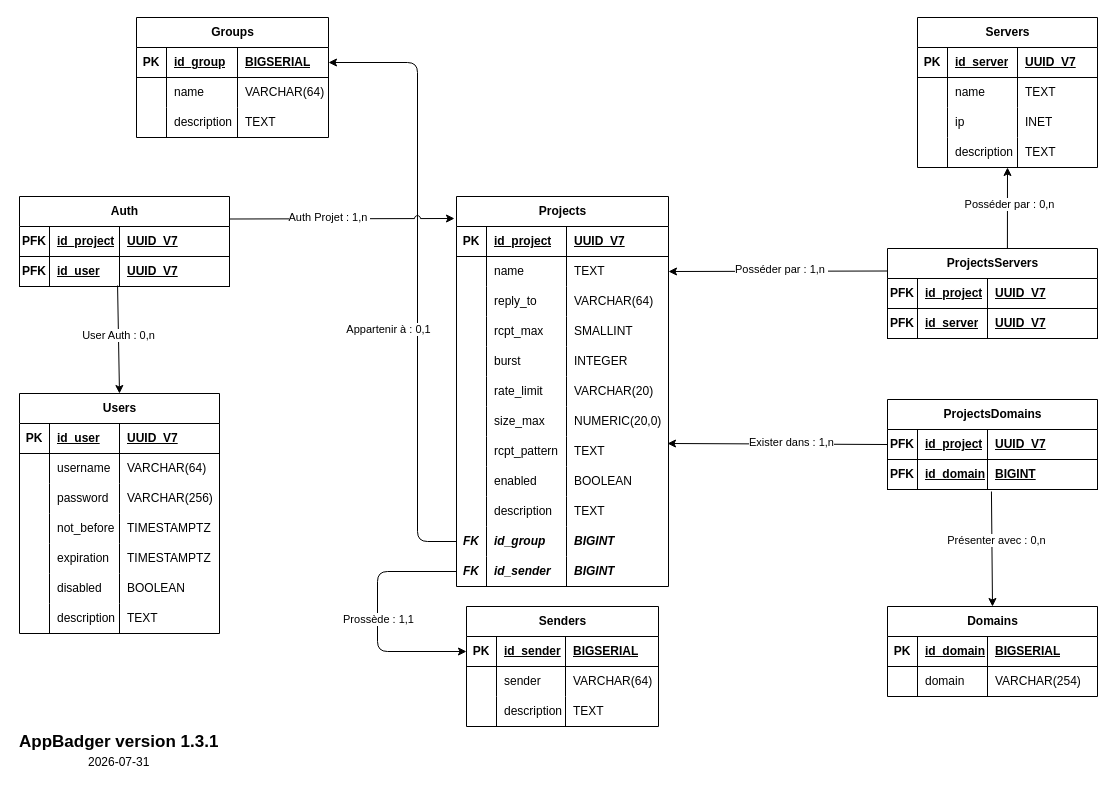
Earlier version of the draw.io diagram Doc/mpd.drawio (matyas-cyril/appmail-badger). Source tidied: cells renumbered, new cells numbered last; positions are measured from the earlier drawing's top-left corner, leaving out a move shared by most shapes. Both pictures are drawn from the tidied source at 100%, with x=0, y=0 at pixel (17, 17).
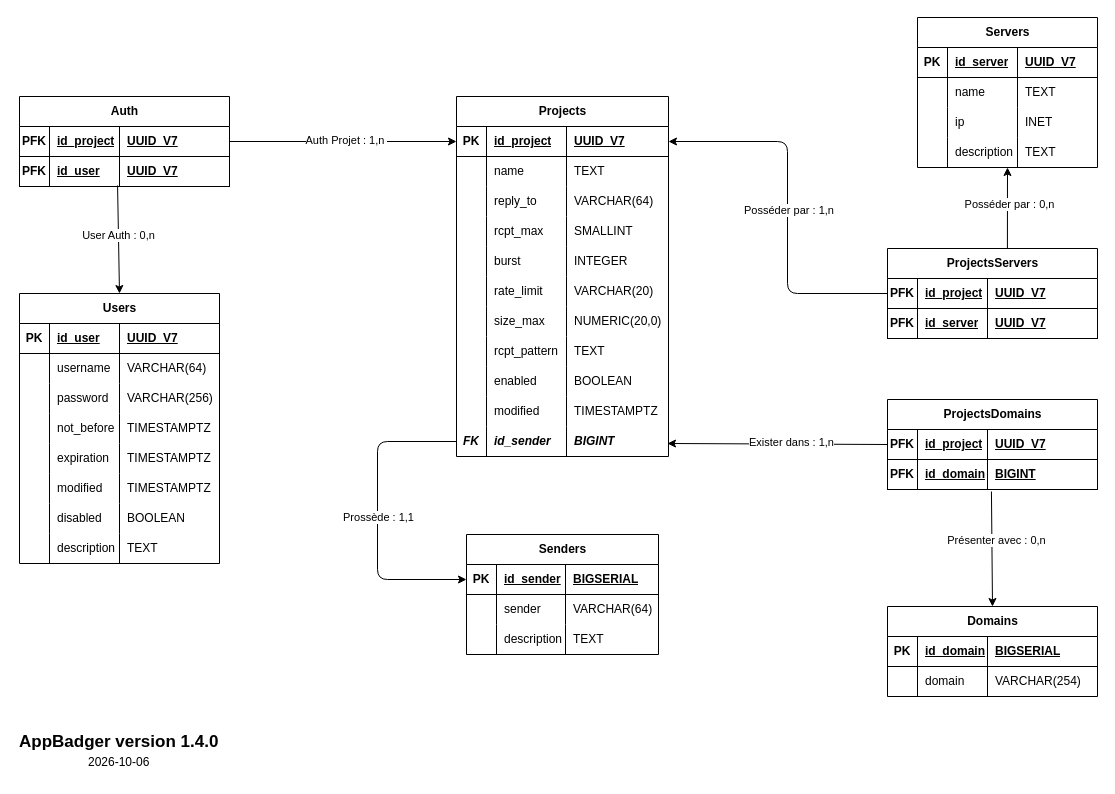
Above is the later version.

Commit message (it also covers changes not shown here):
Mise à jour du MCD et MPD

The change refers to these unchanged cells:
```xml
<mxCell id="23" style="shape=tableRow;horizontal=0;startSize=0;swimlaneHead=0;swimlaneBody=0;fillColor=none;top=0;left=0;right=0;bottom=0;" parent="2" vertex="1">
  <mxGeometry y="180" width="200" height="30" as="geometry" />
</mxCell>
<mxCell id="58" style="shape=tableRow;horizontal=0;startSize=0;swimlaneHead=0;swimlaneBody=0;fillColor=none;points=[[0,0.5],[1,0.5]];portConstraint=eastwest;top=0;left=0;right=0;bottom=1;" parent="57" vertex="1">
  <mxGeometry y="30" width="192" height="30" as="geometry" />
</mxCell>
<mxCell id="84" style="shape=tableRow;horizontal=0;startSize=0;swimlaneHead=0;swimlaneBody=0;fillColor=none;points=[[0,0.5],[1,0.5]];portConstraint=eastwest;top=0;left=0;right=0;bottom=1;" parent="83" vertex="1">
  <mxGeometry y="30" width="212" height="30" as="geometry" />
</mxCell>
<mxCell id="88" style="shape=tableRow;horizontal=0;startSize=0;swimlaneHead=0;swimlaneBody=0;fillColor=none;points=[[0,0.5],[1,0.5]];portConstraint=eastwest;top=0;left=0;right=0;bottom=0;" parent="83" vertex="1">
  <mxGeometry y="60" width="212" height="30" as="geometry" />
</mxCell>
<mxCell id="120" style="shape=tableRow;horizontal=0;startSize=0;swimlaneHead=0;swimlaneBody=0;fillColor=none;top=0;left=0;right=0;bottom=0;" parent="83" vertex="1">
  <mxGeometry y="300" width="212" height="30" as="geometry" />
</mxCell>
<mxCell id="147" value="ProjectsServers" style="shape=table;startSize=30;childLayout=tableLayout;rowLines=0;fontStyle=1;align=center;html=1;" parent="1" vertex="1">
  <mxGeometry x="870" y="231" width="210" height="90" as="geometry" />
</mxCell>
```

What changed in the source:
```diff
@@
     <mxCell id="2" value="Users" style="shape=table;startSize=30;childLayout=tableLayout;rowLines=0;fontStyle=1;align=center;html=1;" parent="1" vertex="1">
-      <mxGeometry x="2" y="376" width="200" height="240" as="geometry" />
+      <mxGeometry x="2" y="276" width="200" height="270" as="geometry" />
     </mxCell>
@@
-    <mxCell id="25" value="disabled" style="shape=partialRectangle;fillColor=none;top=0;left=0;bottom=0;right=0;align=left;spacingLeft=6;overflow=hidden;whiteSpace=wrap;html=1;" parent="23" vertex="1">
+    <mxCell id="25" value="modified" style="shape=partialRectangle;fillColor=none;top=0;left=0;bottom=0;right=0;align=left;spacingLeft=6;overflow=hidden;whiteSpace=wrap;html=1;" parent="23" vertex="1">
       <mxGeometry x="30" width="70" height="30" as="geometry" />
     </mxCell>
-    <mxCell id="26" value="BOOLEAN" style="shape=partialRectangle;fillColor=none;top=0;left=0;bottom=0;right=0;align=left;spacingLeft=6;overflow=hidden;whiteSpace=wrap;html=1;" parent="23" vertex="1">
+    <mxCell id="26" value="TIMESTAMPTZ" style="shape=partialRectangle;fillColor=none;top=0;left=0;bottom=0;right=0;align=left;spacingLeft=6;overflow=hidden;whiteSpace=wrap;html=1;" parent="23" vertex="1">
       <mxGeometry x="100" width="100" height="30" as="geometry" />
     </mxCell>
+    <mxCell id="176" style="shape=tableRow;horizontal=0;startSize=0;swimlaneHead=0;swimlaneBody=0;fillColor=none;top=0;left=0;right=0;bottom=0;" parent="2" vertex="1">
+      <mxGeometry y="210" width="200" height="30" as="geometry" />
+    </mxCell>
+    <mxCell id="177" style="shape=partialRectangle;fillColor=none;top=0;left=0;bottom=0;right=0;overflow=hidden;whiteSpace=wrap;html=1;" parent="176" vertex="1">
+      <mxGeometry width="30" height="30" as="geometry" />
+    </mxCell>
+    <mxCell id="178" value="disabled" style="shape=partialRectangle;fillColor=none;top=0;left=0;bottom=0;right=0;align=left;spacingLeft=6;overflow=hidden;whiteSpace=wrap;html=1;" parent="176" vertex="1">
+      <mxGeometry x="30" width="70" height="30" as="geometry" />
+    </mxCell>
+    <mxCell id="179" value="BOOLEAN" style="shape=partialRectangle;fillColor=none;top=0;left=0;bottom=0;right=0;align=left;spacingLeft=6;overflow=hidden;whiteSpace=wrap;html=1;" parent="176" vertex="1">
+      <mxGeometry x="100" width="100" height="30" as="geometry" />
+    </mxCell>
     <mxCell id="27" style="shape=tableRow;horizontal=0;startSize=0;swimlaneHead=0;swimlaneBody=0;fillColor=none;top=0;left=0;right=0;bottom=0;" parent="2" vertex="1">
-      <mxGeometry y="210" width="200" height="30" as="geometry" />
+      <mxGeometry y="240" width="200" height="30" as="geometry" />
     </mxCell>
@@
     <mxCell id="57" value="Senders" style="shape=table;startSize=30;childLayout=tableLayout;rowLines=0;fontStyle=1;align=center;html=1;" parent="1" vertex="1">
-      <mxGeometry x="449" y="589" width="192" height="120" as="geometry" />
+      <mxGeometry x="449" y="517" width="192" height="120" as="geometry" />
     </mxCell>
@@
-    <mxCell id="70" value="Groups" style="shape=table;startSize=30;childLayout=tableLayout;rowLines=0;fontStyle=1;align=center;html=1;" parent="1" vertex="1">
-      <mxGeometry x="119" width="192" height="120" as="geometry" />
-    </mxCell>
-    <mxCell id="71" style="shape=tableRow;horizontal=0;startSize=0;swimlaneHead=0;swimlaneBody=0;fillColor=none;points=[[0,0.5],[1,0.5]];portConstraint=eastwest;top=0;left=0;right=0;bottom=1;" parent="70" vertex="1">
-      <mxGeometry y="30" width="192" height="30" as="geometry" />
-    </mxCell>
-    <mxCell id="72" value="PK" style="shape=partialRectangle;fillColor=none;top=0;left=0;bottom=0;right=0;fontStyle=1;overflow=hidden;whiteSpace=wrap;html=1;" parent="71" vertex="1">
-      <mxGeometry width="30" height="30" as="geometry" />
-    </mxCell>
-    <mxCell id="73" value="id_group" style="shape=partialRectangle;fillColor=none;top=0;left=0;bottom=0;right=0;align=left;spacingLeft=6;fontStyle=5;overflow=hidden;whiteSpace=wrap;html=1;" parent="71" vertex="1">
-      <mxGeometry x="30" width="71" height="30" as="geometry" />
-    </mxCell>
-    <mxCell id="74" value="BIGSERIAL" style="shape=partialRectangle;fillColor=none;top=0;left=0;bottom=0;right=0;align=left;spacingLeft=6;fontStyle=5;overflow=hidden;whiteSpace=wrap;html=1;" parent="71" vertex="1">
-      <mxGeometry x="101" width="91" height="30" as="geometry" />
-    </mxCell>
-    <mxCell id="75" style="shape=tableRow;horizontal=0;startSize=0;swimlaneHead=0;swimlaneBody=0;fillColor=none;top=0;left=0;right=0;bottom=0;" parent="70" vertex="1">
-      <mxGeometry y="60" width="192" height="30" as="geometry" />
-    </mxCell>
-    <mxCell id="76" style="shape=partialRectangle;fillColor=none;top=0;left=0;bottom=0;right=0;overflow=hidden;whiteSpace=wrap;html=1;" parent="75" vertex="1">
-      <mxGeometry width="30" height="30" as="geometry" />
-    </mxCell>
-    <mxCell id="77" value="name" style="shape=partialRectangle;fillColor=none;top=0;left=0;bottom=0;right=0;align=left;spacingLeft=6;overflow=hidden;whiteSpace=wrap;html=1;" parent="75" vertex="1">
-      <mxGeometry x="30" width="71" height="30" as="geometry" />
-    </mxCell>
-    <mxCell id="78" value="VARCHAR(64)" style="shape=partialRectangle;fillColor=none;top=0;left=0;bottom=0;right=0;align=left;spacingLeft=6;overflow=hidden;whiteSpace=wrap;html=1;" parent="75" vertex="1">
-      <mxGeometry x="101" width="91" height="30" as="geometry" />
-    </mxCell>
-    <mxCell id="79" style="shape=tableRow;horizontal=0;startSize=0;swimlaneHead=0;swimlaneBody=0;fillColor=none;top=0;left=0;right=0;bottom=0;" parent="70" vertex="1">
-      <mxGeometry y="90" width="192" height="30" as="geometry" />
-    </mxCell>
-    <mxCell id="80" style="shape=partialRectangle;fillColor=none;top=0;left=0;bottom=0;right=0;overflow=hidden;whiteSpace=wrap;html=1;" parent="79" vertex="1">
-      <mxGeometry width="30" height="30" as="geometry" />
-    </mxCell>
-    <mxCell id="81" value="description" style="shape=partialRectangle;fillColor=none;top=0;left=0;bottom=0;right=0;align=left;spacingLeft=6;overflow=hidden;whiteSpace=wrap;html=1;" parent="79" vertex="1">
-      <mxGeometry x="30" width="71" height="30" as="geometry" />
-    </mxCell>
-    <mxCell id="82" value="TEXT" style="shape=partialRectangle;fillColor=none;top=0;left=0;bottom=0;right=0;align=left;spacingLeft=6;overflow=hidden;whiteSpace=wrap;html=1;" parent="79" vertex="1">
-      <mxGeometry x="101" width="91" height="30" as="geometry" />
-    </mxCell>
     <mxCell id="83" value="Projects" style="shape=table;startSize=30;childLayout=tableLayout;rowLines=0;fontStyle=1;align=center;html=1;" parent="1" vertex="1">
-      <mxGeometry x="439" y="179" width="212" height="390" as="geometry" />
+      <mxGeometry x="439" y="79" width="212" height="360" as="geometry" />
     </mxCell>
@@
-    <mxCell id="121" style="shape=partialRectangle;fillColor=none;top=0;left=0;bottom=0;right=0;overflow=hidden;whiteSpace=wrap;html=1;" parent="120" vertex="1">
-      <mxGeometry width="30" height="30" as="geometry" />
-    </mxCell>
-    <mxCell id="122" value="description" style="shape=partialRectangle;fillColor=none;top=0;left=0;bottom=0;right=0;align=left;spacingLeft=6;overflow=hidden;whiteSpace=wrap;html=1;" parent="120" vertex="1">
-      <mxGeometry x="30" width="80" height="30" as="geometry" />
-    </mxCell>
-    <mxCell id="123" value="TEXT" style="shape=partialRectangle;fillColor=none;top=0;left=0;bottom=0;right=0;align=left;spacingLeft=6;overflow=hidden;whiteSpace=wrap;html=1;" parent="120" vertex="1">
-      <mxGeometry x="110" width="102" height="30" as="geometry" />
-    </mxCell>
-    <mxCell id="124" style="shape=tableRow;horizontal=0;startSize=0;swimlaneHead=0;swimlaneBody=0;fillColor=none;points=[[0,0.5],[1,0.5]];portConstraint=eastwest;top=0;left=0;right=0;bottom=0;" parent="83" vertex="1">
-      <mxGeometry y="330" width="212" height="30" as="geometry" />
-    </mxCell>
-    <mxCell id="125" value="&lt;i&gt;&lt;b&gt;FK&lt;/b&gt;&lt;/i&gt;" style="shape=partialRectangle;fillColor=none;top=0;left=0;bottom=0;right=0;overflow=hidden;whiteSpace=wrap;html=1;" parent="124" vertex="1">
-      <mxGeometry width="30" height="30" as="geometry" />
-    </mxCell>
-    <mxCell id="126" value="&lt;b&gt;&lt;i&gt;id_group&lt;/i&gt;&lt;/b&gt;&amp;nbsp;" style="shape=partialRectangle;fillColor=none;top=0;left=0;bottom=0;right=0;align=left;spacingLeft=6;overflow=hidden;whiteSpace=wrap;html=1;" parent="124" vertex="1">
-      <mxGeometry x="30" width="80" height="30" as="geometry" />
-    </mxCell>
-    <mxCell id="127" value="&lt;b&gt;&lt;i&gt;BIGINT&lt;/i&gt;&lt;/b&gt;" style="shape=partialRectangle;fillColor=none;top=0;left=0;bottom=0;right=0;align=left;spacingLeft=6;overflow=hidden;whiteSpace=wrap;html=1;" parent="124" vertex="1">
-      <mxGeometry x="110" width="102" height="30" as="geometry" />
-    </mxCell>
+    <mxCell id="180" style="shape=partialRectangle;fillColor=none;top=0;left=0;bottom=0;right=0;overflow=hidden;whiteSpace=wrap;html=1;" parent="120" vertex="1">
+      <mxGeometry width="30" height="30" as="geometry" />
+    </mxCell>
+    <mxCell id="181" value="modified" style="shape=partialRectangle;fillColor=none;top=0;left=0;bottom=0;right=0;align=left;spacingLeft=6;overflow=hidden;whiteSpace=wrap;html=1;" parent="120" vertex="1">
+      <mxGeometry x="30" width="80" height="30" as="geometry" />
+    </mxCell>
+    <mxCell id="182" value="TIMESTAMPTZ" style="shape=partialRectangle;fillColor=none;top=0;left=0;bottom=0;right=0;align=left;spacingLeft=6;overflow=hidden;whiteSpace=wrap;html=1;" parent="120" vertex="1">
+      <mxGeometry x="110" width="102" height="30" as="geometry" />
+    </mxCell>
     <mxCell id="128" style="shape=tableRow;horizontal=0;startSize=0;swimlaneHead=0;swimlaneBody=0;fillColor=none;points=[[0,0.5],[1,0.5]];portConstraint=eastwest;top=0;left=0;right=0;bottom=0;" parent="83" vertex="1">
-      <mxGeometry y="360" width="212" height="30" as="geometry" />
+      <mxGeometry y="330" width="212" height="30" as="geometry" />
     </mxCell>
@@
-    <mxCell id="132" style="endArrow=classic;html=1;rounded=1;entryX=1;entryY=0.5;entryDx=0;entryDy=0;curved=0;exitX=0;exitY=0.5;exitDx=0;exitDy=0;jumpStyle=arc;jumpSize=10;" parent="1" edge="1" source="124" target="71">
-      <mxGeometry relative="1" as="geometry">
-        <Array as="points">
-          <mxPoint x="400" y="524" />
-          <mxPoint x="400" y="45" />
-        </Array>
-      </mxGeometry>
-    </mxCell>
-    <mxCell id="133" value="Appartenir à : 0,1" style="edgeLabel;html=1;align=center;verticalAlign=middle;" parent="132" vertex="1">
-      <mxGeometry x="0.16" y="2" relative="1" as="geometry">
-        <mxPoint x="-28" y="100" as="offset" />
-      </mxGeometry>
-    </mxCell>
     <mxCell id="134" value="Auth" style="shape=table;startSize=30;childLayout=tableLayout;rowLines=0;fontStyle=1;align=center;html=1;" parent="1" vertex="1">
-      <mxGeometry x="2" y="179" width="210" height="90" as="geometry" />
+      <mxGeometry x="2" y="79" width="210" height="90" as="geometry" />
     </mxCell>
@@
-    <mxCell id="143" style="endArrow=classic;html=1;rounded=0;exitX=1;exitY=0.25;exitDx=0;exitDy=0;jumpStyle=arc;" parent="1" edge="1" source="134">
-      <mxGeometry relative="1" as="geometry">
-        <mxPoint x="437" y="201" as="targetPoint" />
+    <mxCell id="143" style="endArrow=classic;html=1;rounded=0;exitX=1;exitY=0.5;exitDx=0;exitDy=0;jumpStyle=arc;entryX=0;entryY=0.5;entryDx=0;entryDy=0;" parent="1" edge="1" source="134" target="84">
+      <mxGeometry x="-0.01" relative="1" as="geometry">
+        <Array as="points">
+          <mxPoint x="320" y="124" />
+          <mxPoint x="380" y="124" />
+        </Array>
       </mxGeometry>
     </mxCell>
     <mxCell id="144" value="Auth Projet : 1,n&amp;nbsp;" style="edgeLabel;html=1;align=center;verticalAlign=middle;" parent="143" vertex="1">
-      <mxGeometry x="-0.22" y="2" relative="1" as="geometry">
-        <mxPoint x="12" as="offset" />
+      <mxGeometry x="-0.18" y="2" relative="1" as="geometry">
+        <mxPoint x="23" as="offset" />
       </mxGeometry>
     </mxCell>
@@
-    <mxCell id="158" style="endArrow=classic;html=1;rounded=0;entryX=1;entryY=0.5;entryDx=0;entryDy=0;exitX=0;exitY=0.25;exitDx=0;exitDy=0;" parent="1" edge="1" source="147" target="88">
-      <mxGeometry relative="1" as="geometry" />
+    <mxCell id="158" style="endArrow=classic;html=1;rounded=1;entryX=1;entryY=0.5;entryDx=0;entryDy=0;exitX=0;exitY=0.5;exitDx=0;exitDy=0;curved=0;" parent="1" edge="1" source="147" target="84">
+      <mxGeometry x="0.01" relative="1" as="geometry">
+        <Array as="points">
+          <mxPoint x="770" y="276" />
+          <mxPoint x="770" y="124" />
+        </Array>
+      </mxGeometry>
     </mxCell>
     <mxCell id="159" value="Posséder par : 1,n&amp;nbsp;" style="edgeLabel;html=1;align=center;verticalAlign=middle;" parent="158" vertex="1">
-      <mxGeometry x="-0.03" y="-2" relative="1" as="geometry" />
+      <mxGeometry x="-0.01" y="-2" relative="1" as="geometry" />
     </mxCell>
@@
-    <mxCell id="173" value="&lt;div style=&quot;line-height: 80%;&quot;&gt;&lt;div align=&quot;left&quot;&gt;&lt;b&gt;&lt;font style=&quot;font-size: 17px; line-height: 80%;&quot;&gt;AppBadger version 1.3.1&lt;/font&gt;&lt;/b&gt;&lt;/div&gt;&lt;div&gt;&lt;br&gt;&lt;/div&gt;&lt;div align=&quot;center&quot;&gt;2026-07-31&lt;/div&gt;&lt;/div&gt;" style="text;html=1;whiteSpace=wrap;strokeColor=none;fillColor=none;align=left;verticalAlign=middle;rounded=0;" parent="1" vertex="1">
+    <mxCell id="173" value="&lt;div style=&quot;line-height: 80%;&quot;&gt;&lt;div align=&quot;left&quot;&gt;&lt;b&gt;&lt;font style=&quot;font-size: 17px; line-height: 80%;&quot;&gt;AppBadger version 1.4.0&lt;/font&gt;&lt;/b&gt;&lt;/div&gt;&lt;div&gt;&lt;br&gt;&lt;/div&gt;&lt;div align=&quot;center&quot;&gt;2026-10-06&lt;/div&gt;&lt;/div&gt;" style="text;html=1;whiteSpace=wrap;strokeColor=none;fillColor=none;align=left;verticalAlign=middle;rounded=0;" parent="1" vertex="1">
       <mxGeometry y="709" width="210" height="50" as="geometry" />
     </mxCell>
     <mxCell id="174" style="endArrow=classic;html=1;rounded=1;entryX=0;entryY=0.5;entryDx=0;entryDy=0;exitX=0;exitY=0.5;exitDx=0;exitDy=0;curved=0;" parent="1" edge="1" source="128" target="58">
-      <mxGeometry relative="1" as="geometry">
+      <mxGeometry x="0.37" relative="1" as="geometry">
         <Array as="points">
-          <mxPoint x="360" y="554" />
-          <mxPoint x="360" y="634" />
+          <mxPoint x="360" y="424" />
+          <mxPoint x="360" y="562" />
         </Array>
       </mxGeometry>
     </mxCell>
     <mxCell id="175" value="Prossède : 1,1" style="edgeLabel;html=1;align=center;verticalAlign=middle;" parent="174" vertex="1">
-      <mxGeometry x="-0.12" y="-2" relative="1" as="geometry">
-        <mxPoint x="2" y="17" as="offset" />
+      <mxGeometry x="0.26" y="-2" relative="1" as="geometry">
+        <mxPoint x="2" y="-39" as="offset" />
       </mxGeometry>
     </mxCell>
```
